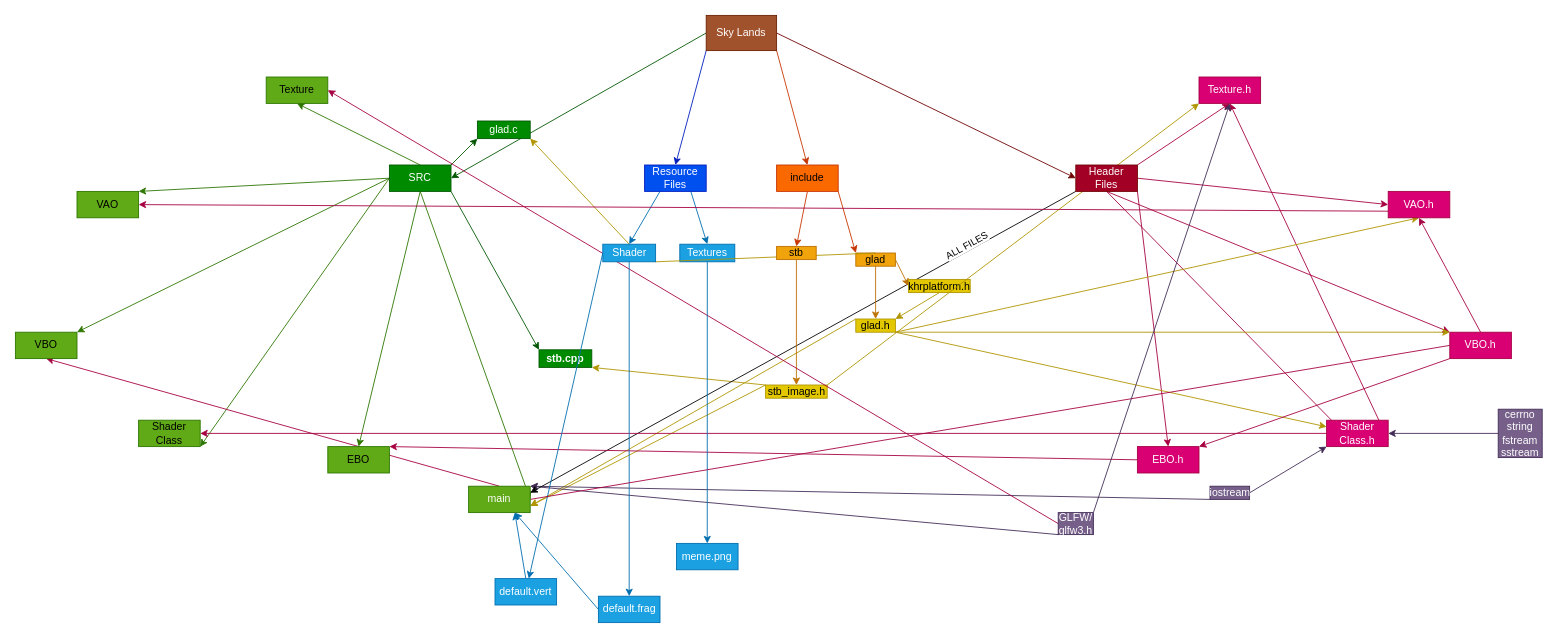
Flysteal/Flysteal keeps this draw.io diagram as SKY-t5/build.drawio. Above is the earlier version. Source tidied: cells renumbered, new cells numbered last; positions are measured from the earlier drawing's top-left corner, leaving out a move shared by most shapes. Both pictures are drawn from the tidied source at 88%, with x=0, y=0 at pixel (15, 15).
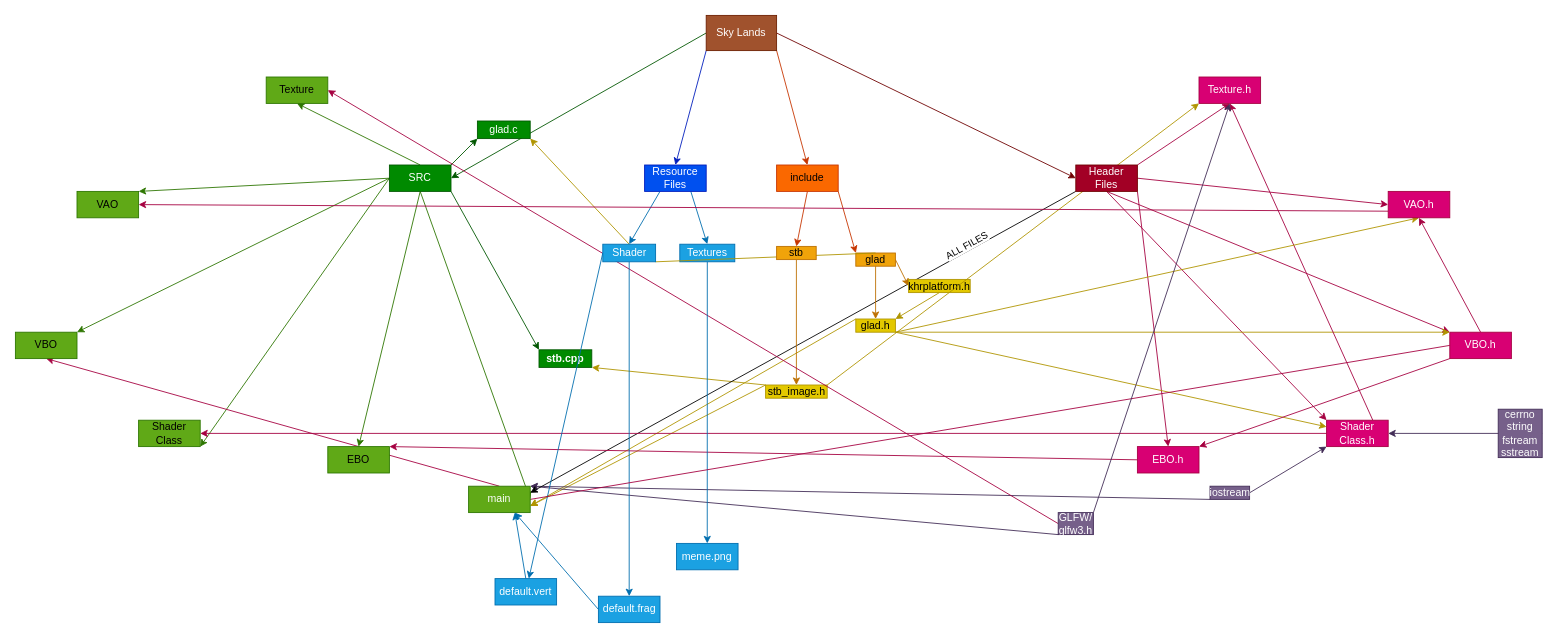
The same page after the edit.

The change refers to these unchanged cells:
```xml
<mxCell id="52" value="&lt;span style=&quot;font-size: 12px;&quot;&gt;Shader&lt;br&gt;Class.h&lt;br&gt;&lt;/span&gt;" style="rounded=0;whiteSpace=wrap;html=1;labelBackgroundColor=none;fontSize=10;fillColor=#d80073;strokeColor=#A50040;fontColor=#ffffff;" parent="1" vertex="1">
  <mxGeometry x="1490" y="460" width="70" height="30" as="geometry" />
</mxCell>
<mxCell id="62" value="&lt;span style=&quot;font-size: 12px;&quot;&gt;Texture.h&lt;/span&gt;" style="rounded=0;whiteSpace=wrap;html=1;labelBackgroundColor=none;fontSize=10;fillColor=#d80073;strokeColor=#A50040;fontColor=#ffffff;" parent="1" vertex="1">
  <mxGeometry x="1345" y="70" width="70" height="30" as="geometry" />
</mxCell>
<mxCell id="87" value="&lt;span style=&quot;font-size: 12px;&quot;&gt;Header&lt;br&gt;Files&lt;/span&gt;" style="rounded=0;whiteSpace=wrap;html=1;labelBackgroundColor=none;fontSize=10;fillColor=#a20025;fontColor=#ffffff;strokeColor=#6F0000;" parent="1" vertex="1">
  <mxGeometry x="1205" y="170" width="70" height="30" as="geometry" />
</mxCell>
```

The edit, as a diff of the source:
```diff
@@
-    <mxCell id="20" style="edgeStyle=none;html=1;exitX=0.5;exitY=1;exitDx=0;exitDy=0;entryX=0.5;entryY=1;entryDx=0;entryDy=0;shadow=0;fontSize=12;fillColor=#d80073;strokeColor=#A50040;" parent="1" edge="1" source="87" target="52">
+    <mxCell id="20" style="edgeStyle=none;html=1;exitX=0.5;exitY=1;exitDx=0;exitDy=0;entryX=0;entryY=0;entryDx=0;entryDy=0;shadow=0;fontSize=12;fillColor=#d80073;strokeColor=#A50040;" parent="1" edge="1" source="87" target="52">
       <mxGeometry relative="1" as="geometry" />
     </mxCell>
@@
-    <mxCell id="51" style="edgeStyle=none;html=1;exitX=1;exitY=0.75;exitDx=0;exitDy=0;entryX=0.5;entryY=1;entryDx=0;entryDy=0;fillColor=#d80073;strokeColor=#A50040;" parent="1" edge="1" source="52" target="62">
+    <mxCell id="51" style="edgeStyle=none;html=1;exitX=0.75;exitY=0;exitDx=0;exitDy=0;entryX=0.5;entryY=1;entryDx=0;entryDy=0;fillColor=#d80073;strokeColor=#A50040;" parent="1" edge="1" source="52" target="62">
       <mxGeometry relative="1" as="geometry" />
     </mxCell>
```
